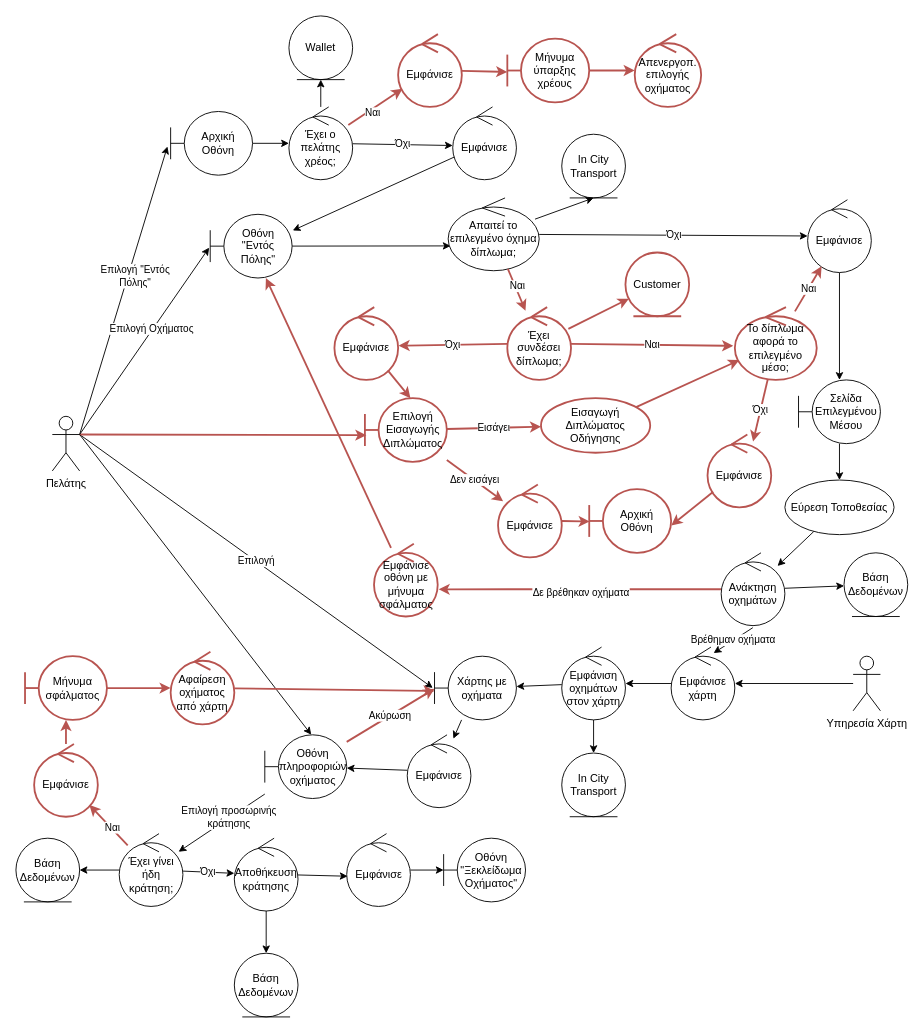
The draw.io diagram Part_2/Robustness/diagrams/01_Επιλογή_Μέσου_Μετακίνησης.drawio in Nikolis2002/texnoligia_logismikou, before the edit. Source tidied: cells renumbered, new cells numbered last; positions are measured from the earlier drawing's top-left corner, leaving out a move shared by most shapes. Both pictures are drawn from the tidied source at 91%, with x=0, y=0 at pixel (15, 15).
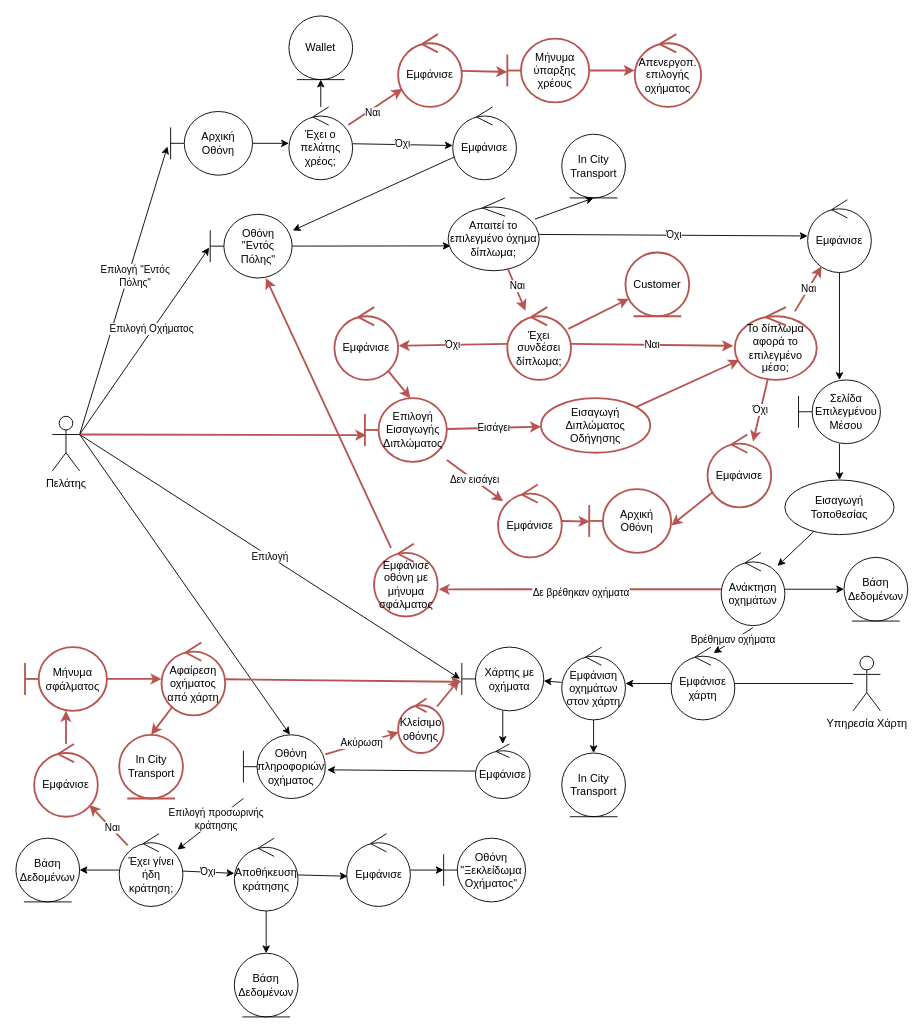
Above is the later version.

Unchanged cells that the change refers to:
```xml
<mxCell id="89" value="Εμφάνισε χάρτη" style="ellipse;shape=umlControl;whiteSpace=wrap;html=1;" parent="1" vertex="1">
  <mxGeometry x="720" y="693.6" width="70" height="80" as="geometry" />
</mxCell>
<mxCell id="91" value="Υπηρεσία Χάρτη" style="shape=umlActor;verticalLabelPosition=bottom;verticalAlign=top;html=1;" parent="1" vertex="1">
  <mxGeometry x="920" y="703.6" width="30" height="60" as="geometry" />
</mxCell>
```

Diff of the diagram source:
```diff
@@
     <mxCell id="3" value="Μήνυμα σφάλματος" style="shape=umlBoundary;whiteSpace=wrap;html=1;fillColor=none;strokeColor=#b85450;strokeWidth=2;" parent="1" vertex="1">
-      <mxGeometry x="10" y="703.6" width="90" height="70" as="geometry" />
+      <mxGeometry x="10" y="693.6" width="90" height="70" as="geometry" />
     </mxCell>
@@
-    <mxCell id="26" value="Εύρεση Τοποθεσίας" style="ellipse;whiteSpace=wrap;html=1;" parent="1" vertex="1">
+    <mxCell id="26" value="Εισαγωγή Τοποθεσίας" style="ellipse;whiteSpace=wrap;html=1;" parent="1" vertex="1">
       <mxGeometry x="845" y="510" width="120" height="60" as="geometry" />
     </mxCell>
@@
     <mxCell id="35" value="Βάση Δεδομένων" style="ellipse;shape=umlEntity;whiteSpace=wrap;html=1;" parent="1" vertex="1">
-      <mxGeometry x="910" y="590" width="70" height="70" as="geometry" />
+      <mxGeometry x="910" y="595" width="70" height="70" as="geometry" />
     </mxCell>
@@
     <mxCell id="37" value="Χάρτης με οχήματα" style="shape=umlBoundary;whiteSpace=wrap;html=1;" parent="1" vertex="1">
-      <mxGeometry x="460" y="703.6" width="90" height="70" as="geometry" />
+      <mxGeometry x="490" y="693.6" width="90" height="70" as="geometry" />
     </mxCell>
-    <mxCell id="38" style="edgeStyle=none;rounded=0;jettySize=auto;html=1;" parent="1" edge="1" source="39" target="43">
+    <mxCell id="38" style="edgeStyle=none;html=1;entryX=1.023;entryY=0.55;entryDx=0;entryDy=0;entryPerimeter=0;endArrow=classic;endFill=1;" parent="1" edge="1" source="39" target="43">
       <mxGeometry relative="1" as="geometry" />
     </mxCell>
     <mxCell id="39" value="Εμφάνισε" style="ellipse;shape=umlControl;whiteSpace=wrap;html=1;" parent="1" vertex="1">
-      <mxGeometry x="430" y="790" width="70" height="80" as="geometry" />
+      <mxGeometry x="505" y="800" width="60" height="60" as="geometry" />
     </mxCell>
@@
-    <mxCell id="42" value="Ακύρωση" style="edgeStyle=none;html=1;entryX=0;entryY=0.511;entryDx=0;entryDy=0;entryPerimeter=0;rounded=0;strokeColor=#b85450;fillColor=#f8cecc;strokeWidth=2;" parent="1" edge="1" source="43" target="37">
+    <mxCell id="42" value="Ακύρωση" style="edgeStyle=none;html=1;rounded=0;strokeColor=#b85450;fillColor=#f8cecc;strokeWidth=2;" parent="1" edge="1" source="43" target="104">
       <mxGeometry relative="1" as="geometry" />
     </mxCell>
     <mxCell id="43" value="Οθόνη πληροφοριών οχήματος" style="shape=umlBoundary;whiteSpace=wrap;html=1;" parent="1" vertex="1">
-      <mxGeometry x="273.5" y="790" width="90" height="70" as="geometry" />
+      <mxGeometry x="250" y="790" width="90" height="70" as="geometry" />
     </mxCell>
@@
-    <mxCell id="90" style="edgeStyle=none;html=1;" parent="1" edge="1" source="91" target="89">
+    <mxCell id="90" style="edgeStyle=none;html=1;endArrow=none;endFill=0;" parent="1" edge="1" source="91" target="89">
       <mxGeometry relative="1" as="geometry" />
     </mxCell>
@@
+    <mxCell id="101" style="edgeStyle=none;html=1;entryX=0.5;entryY=0;entryDx=0;entryDy=0;rounded=0;strokeColor=#b85450;fillColor=#f8cecc;strokeWidth=2;" parent="1" edge="1" source="100" target="102">
+      <mxGeometry relative="1" as="geometry" />
+    </mxCell>
     <mxCell id="100" value="Αφαίρεση οχήματος από χάρτη" style="ellipse;shape=umlControl;whiteSpace=wrap;html=1;fillColor=none;strokeColor=#b85450;strokeWidth=2;" parent="1" vertex="1">
-      <mxGeometry x="170" y="698.6" width="70" height="80" as="geometry" />
+      <mxGeometry x="160" y="688.6" width="70" height="80" as="geometry" />
     </mxCell>
+    <mxCell id="102" value="In City Transport" style="ellipse;shape=umlEntity;whiteSpace=wrap;html=1;fillColor=none;strokeColor=#b85450;strokeWidth=2;" parent="1" vertex="1">
+      <mxGeometry x="113.5" y="790" width="70" height="70" as="geometry" />
+    </mxCell>
+    <mxCell id="103" style="edgeStyle=none;html=1;entryX=-0.031;entryY=0.508;entryDx=0;entryDy=0;entryPerimeter=0;endArrow=classic;endFill=1;rounded=0;strokeColor=#b85450;fillColor=#f8cecc;strokeWidth=2;" parent="1" edge="1" source="104" target="37">
+      <mxGeometry relative="1" as="geometry" />
+    </mxCell>
+    <mxCell id="104" value="Κλείσιμο οθόνης" style="ellipse;shape=umlControl;whiteSpace=wrap;html=1;fillColor=none;strokeColor=#b85450;strokeWidth=2;" parent="1" vertex="1">
+      <mxGeometry x="420" y="750" width="50" height="60" as="geometry" />
+    </mxCell>
```
